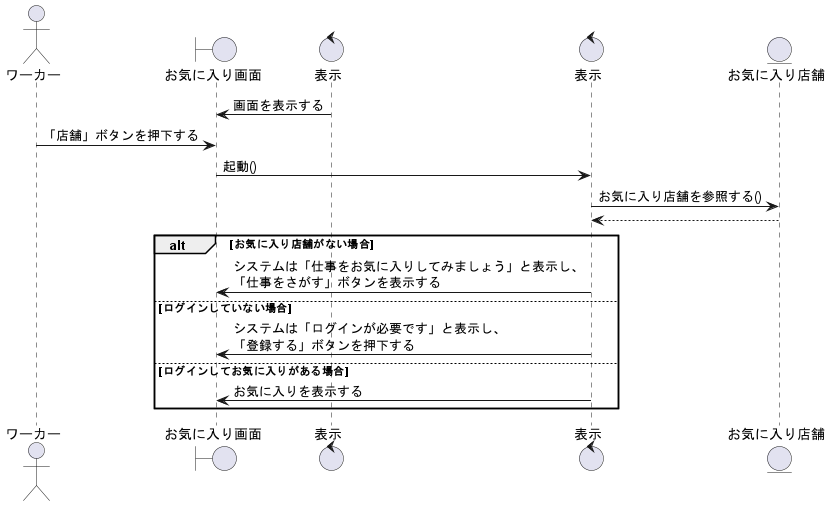
irukacb256/high_Me keeps this PlantUML diagram as out/sequence_fig/3_favorite_fn/1_お気に入りの店舗を閲覧する/お気に入りの店舗を閲覧する.png. Above is the earlier version. Source of this version:
```plantuml
@startuml お気に入りの店舗を閲覧する

actor ワーカー as wo1
boundary お気に入り画面 as fv1
control 表示 as co1
control 表示 as co2

entity お気に入り店舗 as fa1

fv1 <- co1 :画面を表示する
wo1 -> fv1 :「店舗」ボタンを押下する
fv1 -> co2 :起動()

co2 -> fa1 : お気に入り店舗を参照する()
co2 <-- fa1
alt お気に入り店舗がない場合
    co2 -> fv1 : システムは「仕事をお気に入りしてみましょう」と表示し、\n「仕事をさがす」ボタンを表示する

else ログインしていない場合
    co2 -> fv1 : システムは「ログインが必要です」と表示し、\n「登録する」ボタンを押下する

else ログインしてお気に入りがある場合
    co2 -> fv1 : お気に入りを表示する

end

@enduml
```
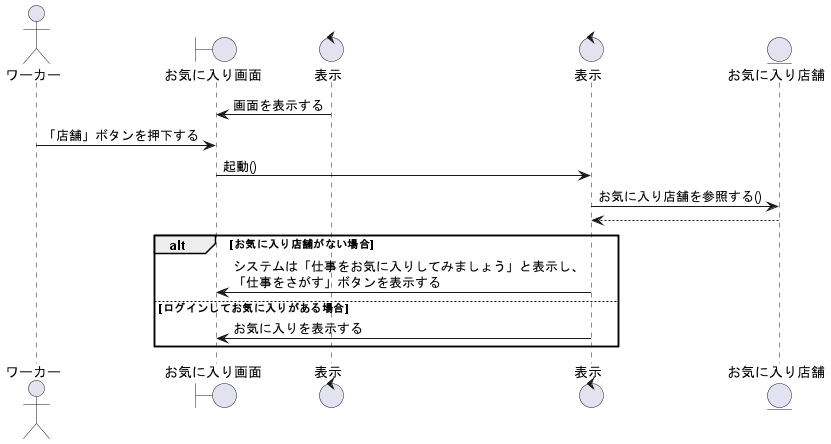
Later version of the same file.

Diff of the diagram source:
```diff
@@ -16,9 +16,6 @@
 alt お気に入り店舗がない場合
     co2 -> fv1 : システムは「仕事をお気に入りしてみましょう」と表示し、\n「仕事をさがす」ボタンを表示する
 
-else ログインしていない場合
-    co2 -> fv1 : システムは「ログインが必要です」と表示し、\n「登録する」ボタンを押下する
-
 else ログインしてお気に入りがある場合
     co2 -> fv1 : お気に入りを表示する
 
```
